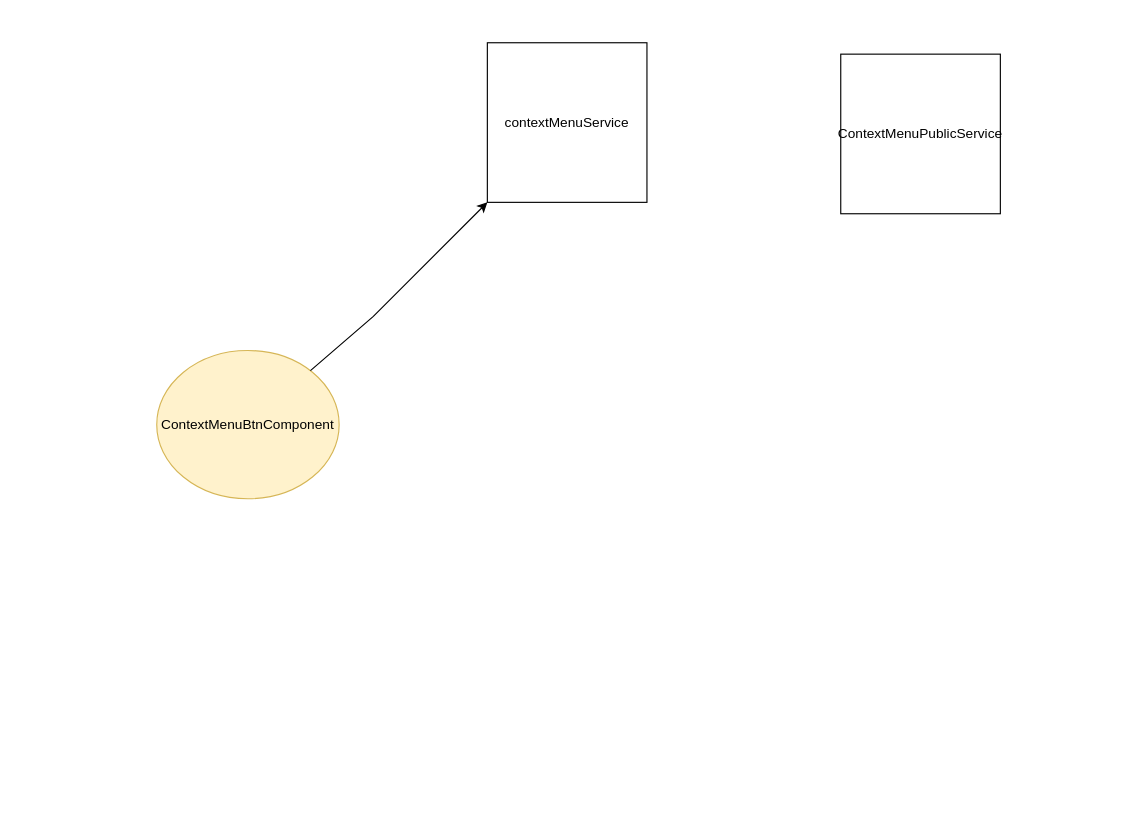
konstantin13-hi/graphics keeps this draw.io diagram as 1.drawio. Above is the earlier version. Source tidied: cells renumbered, new cells numbered last; positions are measured from the earlier drawing's top-left corner, leaving out a move shared by most shapes. Both pictures are drawn from the tidied source at 114%, with x=0, y=0 at pixel (156, 42).
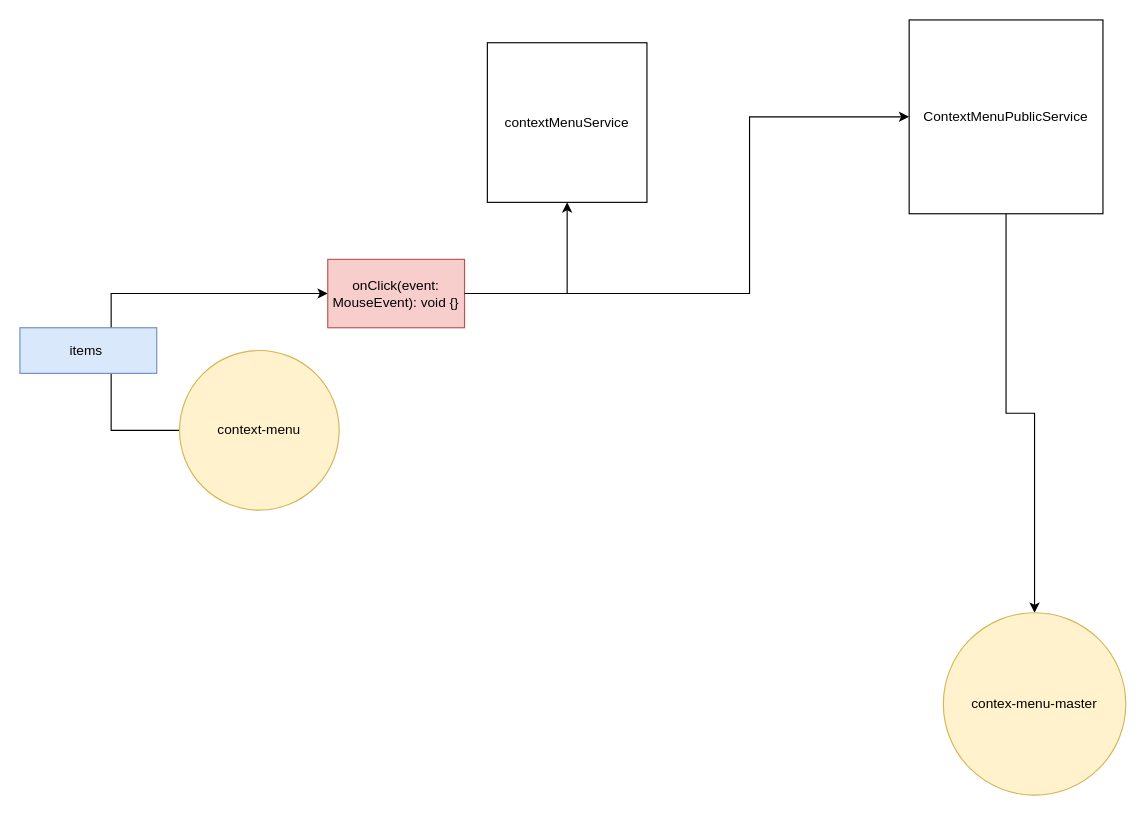
The same diagram, later.

What changed in the source:
```diff
@@
 <mxGraphModel>
   <root>
     <mxCell id="0" />
     <mxCell id="1" parent="0" />
     <mxCell id="2" value="contextMenuService" style="whiteSpace=wrap;html=1;" parent="1" vertex="1">
       <mxGeometry x="290" width="140" height="140" as="geometry" />
     </mxCell>
+    <mxCell id="6" style="edgeStyle=orthogonalEdgeStyle;rounded=0;jettySize=auto;html=1;entryX=0.5;entryY=0;entryDx=0;entryDy=0;" parent="1" edge="1" source="3" target="7">
+      <mxGeometry relative="1" as="geometry" />
+    </mxCell>
     <mxCell id="3" value="ContextMenuPublicService" style="whiteSpace=wrap;html=1;" parent="1" vertex="1">
-      <mxGeometry x="600" y="10" width="140" height="140" as="geometry" />
+      <mxGeometry x="660" y="-20" width="170" height="170" as="geometry" />
     </mxCell>
-    <mxCell id="4" value="ContextMenuBtnComponent" style="ellipse;whiteSpace=wrap;html=1;fillColor=#fff2cc;strokeColor=#d6b656;" parent="1" vertex="1">
-      <mxGeometry y="270" width="160" height="130" as="geometry" />
-    </mxCell>
-    <mxCell id="5" style="endArrow=classic;html=1;rounded=0;entryX=0;entryY=1;entryDx=0;entryDy=0;" parent="1" edge="1" source="4" target="2">
-      <mxGeometry relative="1" as="geometry">
-        <Array as="points">
-          <mxPoint x="190" y="240" />
-        </Array>
-      </mxGeometry>
-    </mxCell>
+    <mxCell id="7" value="contex-menu-master" style="ellipse;whiteSpace=wrap;html=1;fillColor=#fff2cc;strokeColor=#d6b656;" parent="1" vertex="1">
+      <mxGeometry x="690" y="500" width="160" height="160" as="geometry" />
+    </mxCell>
+    <mxCell id="8" style="edgeStyle=orthogonalEdgeStyle;rounded=0;jettySize=auto;html=1;entryX=0;entryY=0.5;entryDx=0;entryDy=0;" parent="1" edge="1" source="9" target="11">
+      <mxGeometry relative="1" as="geometry">
+        <Array as="points">
+          <mxPoint x="-40" y="340" />
+          <mxPoint x="-40" y="220" />
+        </Array>
+      </mxGeometry>
+    </mxCell>
+    <mxCell id="9" value="context-menu" style="ellipse;whiteSpace=wrap;html=1;fillColor=#fff2cc;strokeColor=#d6b656;" parent="1" vertex="1">
+      <mxGeometry x="20" y="270" width="140" height="140" as="geometry" />
+    </mxCell>
+    <mxCell id="10" style="edgeStyle=orthogonalEdgeStyle;rounded=0;jettySize=auto;html=1;entryX=0;entryY=0.5;entryDx=0;entryDy=0;" parent="1" edge="1" source="11" target="3">
+      <mxGeometry relative="1" as="geometry">
+        <Array as="points">
+          <mxPoint x="520" y="220" />
+          <mxPoint x="520" y="65" />
+        </Array>
+      </mxGeometry>
+    </mxCell>
+    <mxCell id="11" value="onClick(event: MouseEvent): void {}" style="whiteSpace=wrap;html=1;fillColor=#f8cecc;strokeColor=#b85450;" parent="1" vertex="1">
+      <mxGeometry x="150" y="190" width="120" height="60" as="geometry" />
+    </mxCell>
+    <mxCell id="12" style="edgeStyle=orthogonalEdgeStyle;rounded=0;jettySize=auto;html=1;entryX=0.5;entryY=1;entryDx=0;entryDy=0;" parent="1" edge="1" source="11" target="2">
+      <mxGeometry relative="1" as="geometry" />
+    </mxCell>
+    <mxCell id="13" value="items&amp;nbsp;" style="whiteSpace=wrap;html=1;fillColor=#dae8fc;strokeColor=#6c8ebf;" parent="1" vertex="1">
+      <mxGeometry x="-120" y="250" width="120" height="40" as="geometry" />
+    </mxCell>
   </root>
 </mxGraphModel>
```
